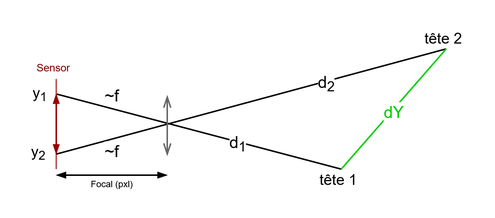
The draw.io diagram Rapport/images/dY_estimation.drawio.png in Safe-Band/people-detection-and-distance-estimation-inside-monocular-image, before a commit. Source tidied: cells renumbered, new cells last; positions are measured from the earlier drawing's top-left corner, leaving out a move shared by most shapes. The source it was exported from:
```xml
<mxGraphModel>
  <root>
    <mxCell id="0" />
    <mxCell id="1" parent="0" />
    <mxCell id="2" style="endArrow=none;html=1;rounded=0;" parent="1" edge="1">
      <mxGeometry relative="1" as="geometry">
        <mxPoint x="27" y="52" as="sourcePoint" />
        <mxPoint x="217" y="102" as="targetPoint" />
      </mxGeometry>
    </mxCell>
    <mxCell id="3" value="&lt;div&gt;d&lt;sub&gt;1&lt;/sub&gt;&lt;/div&gt;" style="edgeLabel;html=1;align=center;verticalAlign=middle;" parent="2" vertex="1">
      <mxGeometry x="0.27" y="-1" relative="1" as="geometry" />
    </mxCell>
    <mxCell id="4" value="&lt;div&gt;~f&lt;/div&gt;" style="edgeLabel;html=1;align=center;verticalAlign=middle;" parent="2" vertex="1">
      <mxGeometry x="-0.62" y="-3" relative="1" as="geometry">
        <mxPoint x="1" y="-12" as="offset" />
      </mxGeometry>
    </mxCell>
    <mxCell id="5" style="endArrow=none;html=1;rounded=0;fillColor=#f8cecc;strokeColor=#b85450;" parent="1" edge="1">
      <mxGeometry relative="1" as="geometry">
        <mxPoint x="27" y="42" as="sourcePoint" />
        <mxPoint x="27" y="102" as="targetPoint" />
      </mxGeometry>
    </mxCell>
    <mxCell id="6" style="endArrow=none;html=1;rounded=0;" parent="1" edge="1">
      <mxGeometry relative="1" as="geometry">
        <mxPoint x="27" y="92" as="sourcePoint" />
        <mxPoint x="287" y="22" as="targetPoint" />
      </mxGeometry>
    </mxCell>
    <mxCell id="7" value="d&lt;sub&gt;2&lt;/sub&gt;" style="edgeLabel;html=1;align=center;verticalAlign=middle;" parent="6" vertex="1">
      <mxGeometry x="0.38" y="-1" relative="1" as="geometry" />
    </mxCell>
    <mxCell id="8" value="~f " style="edgeLabel;html=1;align=center;verticalAlign=middle;" parent="6" vertex="1">
      <mxGeometry x="-0.79" y="-2" relative="1" as="geometry">
        <mxPoint x="9" y="3" as="offset" />
      </mxGeometry>
    </mxCell>
    <mxCell id="9" style="endArrow=openThin;startArrow=openThin;html=1;rounded=0;fillColor=#f5f5f5;strokeColor=#666666;startFill=0;endFill=0;" parent="1" edge="1">
      <mxGeometry relative="1" as="geometry">
        <mxPoint x="101" y="93" as="sourcePoint" />
        <mxPoint x="101" y="53" as="targetPoint" />
      </mxGeometry>
    </mxCell>
    <mxCell id="10" value="&lt;font style=&quot;font-size: 7px;&quot;&gt;Sensor&lt;/font&gt;" style="text;html=1;align=center;verticalAlign=middle;strokeColor=none;fillColor=none;fontColor=light-dark(#800000, #ededed);" parent="1" vertex="1">
      <mxGeometry y="18" width="50" height="30" as="geometry" />
    </mxCell>
    <mxCell id="11" style="endArrow=blockThin;startArrow=blockThin;html=1;rounded=0;fillColor=#f5f5f5;strokeColor=light-dark(#990000,#959595);startFill=1;endFill=1;strokeWidth=1;endSize=4;startSize=4;" parent="1" edge="1">
      <mxGeometry relative="1" as="geometry">
        <mxPoint x="27" y="92" as="sourcePoint" />
        <mxPoint x="27" y="52" as="targetPoint" />
      </mxGeometry>
    </mxCell>
    <mxCell id="12" style="endArrow=blockThin;startArrow=blockThin;html=1;rounded=0;fillColor=#f5f5f5;strokeColor=light-dark(#000000, #959595);startFill=1;endFill=1;strokeWidth=1;endSize=4;startSize=4;" parent="1" edge="1">
      <mxGeometry relative="1" as="geometry">
        <mxPoint x="27" y="106" as="sourcePoint" />
        <mxPoint x="101" y="106" as="targetPoint" />
      </mxGeometry>
    </mxCell>
    <mxCell id="13" value="Focal (pxl)" style="text;html=1;align=center;verticalAlign=middle;strokeColor=none;fillColor=none;fontSize=6;" parent="1" vertex="1">
      <mxGeometry x="39" y="102" width="50" height="20" as="geometry" />
    </mxCell>
    <mxCell id="14" value="y&lt;sub&gt;2&lt;/sub&gt;" style="text;html=1;align=center;verticalAlign=middle;strokeColor=none;fillColor=none;fontColor=light-dark(#000000,#EDEDED);fontSize=10;" parent="1" vertex="1">
      <mxGeometry y="76" width="30" height="30" as="geometry" />
    </mxCell>
    <mxCell id="15" value="y&lt;sub&gt;1&lt;/sub&gt;" style="text;html=1;align=center;verticalAlign=middle;strokeColor=none;fillColor=none;fontColor=light-dark(#000000,#EDEDED);fontSize=10;" parent="1" vertex="1">
      <mxGeometry x="1" y="37" width="30" height="30" as="geometry" />
    </mxCell>
    <mxCell id="16" style="endArrow=none;html=1;rounded=0;fontColor=#00CC00;strokeColor=#00CC00;" parent="1" edge="1">
      <mxGeometry relative="1" as="geometry">
        <mxPoint x="217" y="102" as="sourcePoint" />
        <mxPoint x="287" y="22" as="targetPoint" />
      </mxGeometry>
    </mxCell>
    <mxCell id="17" value="&lt;div&gt;dY&lt;/div&gt;" style="edgeLabel;html=1;align=center;verticalAlign=middle;fontColor=#00CC00;" parent="16" vertex="1">
      <mxGeometry x="-0.02" y="-1" relative="1" as="geometry" />
    </mxCell>
    <mxCell id="18" value="&lt;div&gt;tête 1&lt;/div&gt;" style="text;html=1;align=center;verticalAlign=middle;strokeColor=none;fillColor=none;fontColor=light-dark(#000000,#EDEDED);fontSize=10;" parent="1" vertex="1">
      <mxGeometry x="190" y="94" width="50" height="30" as="geometry" />
    </mxCell>
    <mxCell id="19" value="&lt;div&gt;tête 2&lt;/div&gt;" style="text;html=1;align=center;verticalAlign=middle;strokeColor=none;fillColor=none;fontColor=light-dark(#000000,#EDEDED);fontSize=10;" parent="1" vertex="1">
      <mxGeometry x="260" width="50" height="30" as="geometry" />
    </mxCell>
  </root>
</mxGraphModel>
```
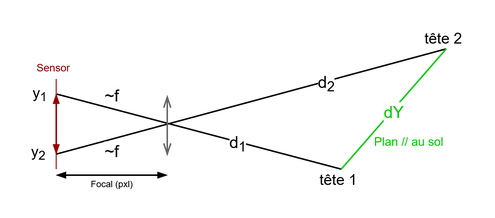
After the commit.

What changed in the source:
```diff
@@ -2,61 +2,61 @@
   <root>
     <mxCell id="0" />
     <mxCell id="1" parent="0" />
-    <mxCell id="2" style="endArrow=none;html=1;rounded=0;" parent="1" edge="1">
-      <mxGeometry relative="1" as="geometry">
-        <mxPoint x="27" y="52" as="sourcePoint" />
-        <mxPoint x="217" y="102" as="targetPoint" />
-      </mxGeometry>
-    </mxCell>
+    <mxCell id="20" style="endArrow=none;html=1;rounded=0;" parent="1" edge="1">
+      <mxGeometry relative="1" as="geometry">
+        <mxPoint x="27" y="52" as="sourcePoint" />
+        <mxPoint x="217" y="102" as="targetPoint" />
+      </mxGeometry>
+    </mxCell>
-    <mxCell id="3" value="&lt;div&gt;d&lt;sub&gt;1&lt;/sub&gt;&lt;/div&gt;" style="edgeLabel;html=1;align=center;verticalAlign=middle;" parent="2" vertex="1">
+    <mxCell id="3" value="&lt;div&gt;d&lt;sub&gt;1&lt;/sub&gt;&lt;/div&gt;" style="edgeLabel;html=1;align=center;verticalAlign=middle;" parent="20" vertex="1">
       <mxGeometry x="0.27" y="-1" relative="1" as="geometry" />
     </mxCell>
-    <mxCell id="4" value="&lt;div&gt;~f&lt;/div&gt;" style="edgeLabel;html=1;align=center;verticalAlign=middle;" parent="2" vertex="1">
+    <mxCell id="4" value="&lt;div&gt;~f&lt;/div&gt;" style="edgeLabel;html=1;align=center;verticalAlign=middle;" parent="20" vertex="1">
       <mxGeometry x="-0.62" y="-3" relative="1" as="geometry">
         <mxPoint x="1" y="-12" as="offset" />
       </mxGeometry>
     </mxCell>
-    <mxCell id="5" style="endArrow=none;html=1;rounded=0;fillColor=#f8cecc;strokeColor=#b85450;" parent="1" edge="1">
-      <mxGeometry relative="1" as="geometry">
-        <mxPoint x="27" y="42" as="sourcePoint" />
-        <mxPoint x="27" y="102" as="targetPoint" />
-      </mxGeometry>
-    </mxCell>
-    <mxCell id="6" style="endArrow=none;html=1;rounded=0;" parent="1" edge="1">
-      <mxGeometry relative="1" as="geometry">
-        <mxPoint x="27" y="92" as="sourcePoint" />
-        <mxPoint x="287" y="22" as="targetPoint" />
-      </mxGeometry>
-    </mxCell>
+    <mxCell id="21" style="endArrow=none;html=1;rounded=0;fillColor=#f8cecc;strokeColor=#b85450;" parent="1" edge="1">
+      <mxGeometry relative="1" as="geometry">
+        <mxPoint x="27" y="42" as="sourcePoint" />
+        <mxPoint x="27" y="102" as="targetPoint" />
+      </mxGeometry>
+    </mxCell>
+    <mxCell id="22" style="endArrow=none;html=1;rounded=0;" parent="1" edge="1">
+      <mxGeometry relative="1" as="geometry">
+        <mxPoint x="27" y="92" as="sourcePoint" />
+        <mxPoint x="287" y="22" as="targetPoint" />
+      </mxGeometry>
+    </mxCell>
-    <mxCell id="7" value="d&lt;sub&gt;2&lt;/sub&gt;" style="edgeLabel;html=1;align=center;verticalAlign=middle;" parent="6" vertex="1">
+    <mxCell id="7" value="d&lt;sub&gt;2&lt;/sub&gt;" style="edgeLabel;html=1;align=center;verticalAlign=middle;" parent="22" vertex="1">
       <mxGeometry x="0.38" y="-1" relative="1" as="geometry" />
     </mxCell>
-    <mxCell id="8" value="~f " style="edgeLabel;html=1;align=center;verticalAlign=middle;" parent="6" vertex="1">
+    <mxCell id="8" value="~f " style="edgeLabel;html=1;align=center;verticalAlign=middle;" parent="22" vertex="1">
       <mxGeometry x="-0.79" y="-2" relative="1" as="geometry">
         <mxPoint x="9" y="3" as="offset" />
       </mxGeometry>
     </mxCell>
-    <mxCell id="9" style="endArrow=openThin;startArrow=openThin;html=1;rounded=0;fillColor=#f5f5f5;strokeColor=#666666;startFill=0;endFill=0;" parent="1" edge="1">
-      <mxGeometry relative="1" as="geometry">
-        <mxPoint x="101" y="93" as="sourcePoint" />
-        <mxPoint x="101" y="53" as="targetPoint" />
-      </mxGeometry>
-    </mxCell>
+    <mxCell id="23" style="endArrow=openThin;startArrow=openThin;html=1;rounded=0;fillColor=#f5f5f5;strokeColor=#666666;startFill=0;endFill=0;" parent="1" edge="1">
+      <mxGeometry relative="1" as="geometry">
+        <mxPoint x="101" y="93" as="sourcePoint" />
+        <mxPoint x="101" y="53" as="targetPoint" />
+      </mxGeometry>
+    </mxCell>
     <mxCell id="10" value="&lt;font style=&quot;font-size: 7px;&quot;&gt;Sensor&lt;/font&gt;" style="text;html=1;align=center;verticalAlign=middle;strokeColor=none;fillColor=none;fontColor=light-dark(#800000, #ededed);" parent="1" vertex="1">
       <mxGeometry y="18" width="50" height="30" as="geometry" />
     </mxCell>
-    <mxCell id="11" style="endArrow=blockThin;startArrow=blockThin;html=1;rounded=0;fillColor=#f5f5f5;strokeColor=light-dark(#990000,#959595);startFill=1;endFill=1;strokeWidth=1;endSize=4;startSize=4;" parent="1" edge="1">
-      <mxGeometry relative="1" as="geometry">
-        <mxPoint x="27" y="92" as="sourcePoint" />
-        <mxPoint x="27" y="52" as="targetPoint" />
-      </mxGeometry>
-    </mxCell>
-    <mxCell id="12" style="endArrow=blockThin;startArrow=blockThin;html=1;rounded=0;fillColor=#f5f5f5;strokeColor=light-dark(#000000, #959595);startFill=1;endFill=1;strokeWidth=1;endSize=4;startSize=4;" parent="1" edge="1">
-      <mxGeometry relative="1" as="geometry">
-        <mxPoint x="27" y="106" as="sourcePoint" />
-        <mxPoint x="101" y="106" as="targetPoint" />
-      </mxGeometry>
-    </mxCell>
+    <mxCell id="24" style="endArrow=blockThin;startArrow=blockThin;html=1;rounded=0;fillColor=#f5f5f5;strokeColor=light-dark(#990000,#959595);startFill=1;endFill=1;strokeWidth=1;endSize=4;startSize=4;" parent="1" edge="1">
+      <mxGeometry relative="1" as="geometry">
+        <mxPoint x="27" y="92" as="sourcePoint" />
+        <mxPoint x="27" y="52" as="targetPoint" />
+      </mxGeometry>
+    </mxCell>
+    <mxCell id="25" style="endArrow=blockThin;startArrow=blockThin;html=1;rounded=0;fillColor=#f5f5f5;strokeColor=light-dark(#000000, #959595);startFill=1;endFill=1;strokeWidth=1;endSize=4;startSize=4;" parent="1" edge="1">
+      <mxGeometry relative="1" as="geometry">
+        <mxPoint x="27" y="106" as="sourcePoint" />
+        <mxPoint x="101" y="106" as="targetPoint" />
+      </mxGeometry>
+    </mxCell>
     <mxCell id="13" value="Focal (pxl)" style="text;html=1;align=center;verticalAlign=middle;strokeColor=none;fillColor=none;fontSize=6;" parent="1" vertex="1">
       <mxGeometry x="39" y="102" width="50" height="20" as="geometry" />
     </mxCell>
@@ -66,13 +66,13 @@
     <mxCell id="15" value="y&lt;sub&gt;1&lt;/sub&gt;" style="text;html=1;align=center;verticalAlign=middle;strokeColor=none;fillColor=none;fontColor=light-dark(#000000,#EDEDED);fontSize=10;" parent="1" vertex="1">
       <mxGeometry x="1" y="37" width="30" height="30" as="geometry" />
     </mxCell>
-    <mxCell id="16" style="endArrow=none;html=1;rounded=0;fontColor=#00CC00;strokeColor=#00CC00;" parent="1" edge="1">
-      <mxGeometry relative="1" as="geometry">
-        <mxPoint x="217" y="102" as="sourcePoint" />
-        <mxPoint x="287" y="22" as="targetPoint" />
-      </mxGeometry>
-    </mxCell>
+    <mxCell id="26" style="endArrow=none;html=1;rounded=0;fontColor=#00CC00;strokeColor=#00CC00;" parent="1" edge="1">
+      <mxGeometry relative="1" as="geometry">
+        <mxPoint x="217" y="102" as="sourcePoint" />
+        <mxPoint x="287" y="22" as="targetPoint" />
+      </mxGeometry>
+    </mxCell>
-    <mxCell id="17" value="&lt;div&gt;dY&lt;/div&gt;" style="edgeLabel;html=1;align=center;verticalAlign=middle;fontColor=#00CC00;" parent="16" vertex="1">
+    <mxCell id="17" value="&lt;div&gt;dY&lt;/div&gt;" style="edgeLabel;html=1;align=center;verticalAlign=middle;fontColor=#00CC00;" parent="26" vertex="1">
       <mxGeometry x="-0.02" y="-1" relative="1" as="geometry" />
     </mxCell>
     <mxCell id="18" value="&lt;div&gt;tête 1&lt;/div&gt;" style="text;html=1;align=center;verticalAlign=middle;strokeColor=none;fillColor=none;fontColor=light-dark(#000000,#EDEDED);fontSize=10;" parent="1" vertex="1">
@@ -81,5 +81,8 @@
     <mxCell id="19" value="&lt;div&gt;tête 2&lt;/div&gt;" style="text;html=1;align=center;verticalAlign=middle;strokeColor=none;fillColor=none;fontColor=light-dark(#000000,#EDEDED);fontSize=10;" parent="1" vertex="1">
       <mxGeometry x="260" width="50" height="30" as="geometry" />
     </mxCell>
+    <mxCell id="27" value="Plan // au sol" style="text;html=1;align=center;verticalAlign=middle;strokeColor=none;fillColor=none;fontColor=light-dark(#00CC00,#EDEDED);fontSize=8;" parent="1" vertex="1">
+      <mxGeometry x="227" y="74" width="70" height="20" as="geometry" />
+    </mxCell>
   </root>
 </mxGraphModel>
```
